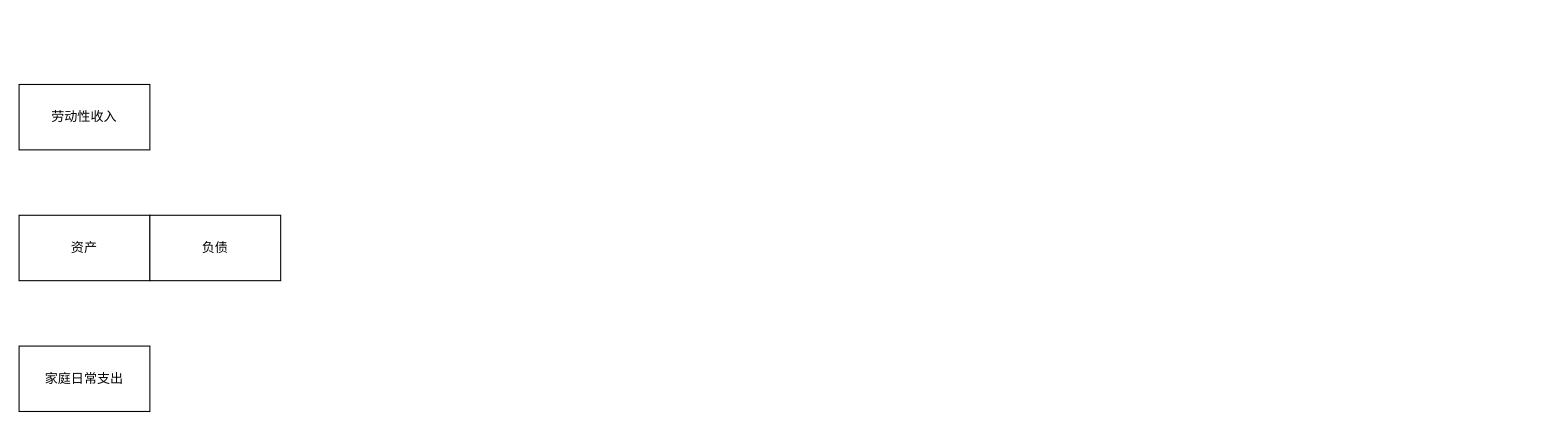
WangHang96/draw-graph keeps this draw.io diagram as personal/投资.drawio. Above is the earlier version. Source tidied: cells renumbered, new cells numbered last; positions are measured from the earlier drawing's top-left corner, leaving out a move shared by most shapes. Both pictures are drawn from the tidied source at 109%, with x=0, y=0 at pixel (19, 84).
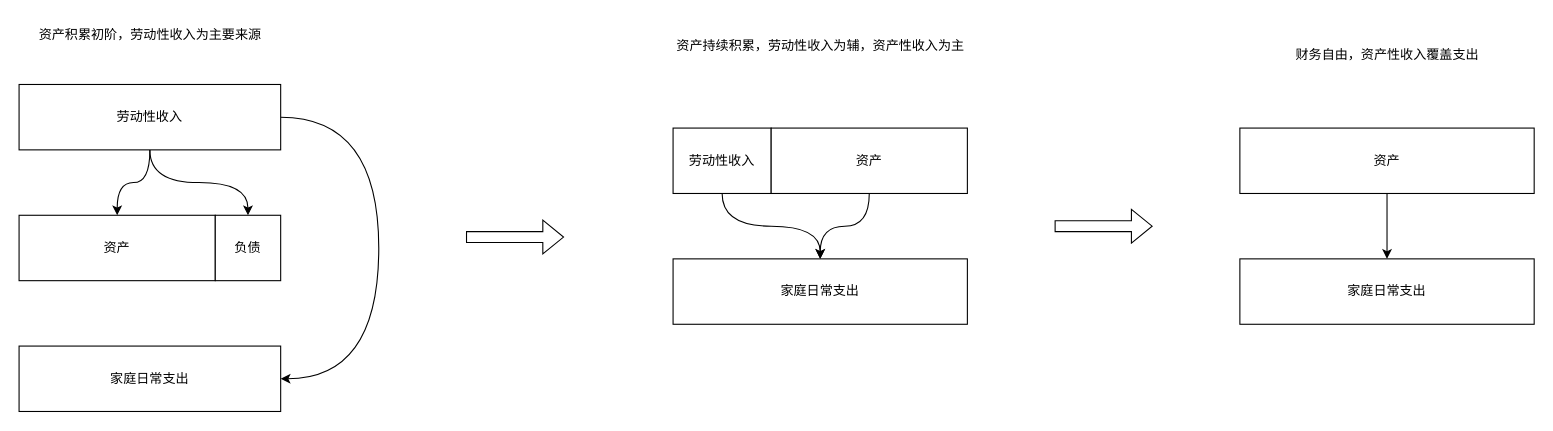
Above is the later version.

The edit, as a diff of the source:
```diff
@@
+    <mxCell id="6" style="edgeStyle=orthogonalEdgeStyle;curved=1;rounded=0;jettySize=auto;html=1;" parent="1" edge="1" source="2" target="3">
+      <mxGeometry relative="1" as="geometry" />
+    </mxCell>
+    <mxCell id="7" style="edgeStyle=orthogonalEdgeStyle;curved=1;rounded=0;jettySize=auto;html=1;" parent="1" edge="1" source="2" target="4">
+      <mxGeometry relative="1" as="geometry" />
+    </mxCell>
+    <mxCell id="8" style="edgeStyle=orthogonalEdgeStyle;curved=1;rounded=0;jettySize=auto;html=1;entryX=1;entryY=0.5;entryDx=0;entryDy=0;" parent="1" edge="1" source="2" target="5">
+      <mxGeometry relative="1" as="geometry">
+        <Array as="points">
+          <mxPoint x="330" y="30" />
+          <mxPoint x="330" y="270" />
+        </Array>
+      </mxGeometry>
+    </mxCell>
     <mxCell id="2" value="劳动性收入" style="whiteSpace=wrap;html=1;" parent="1" vertex="1">
-      <mxGeometry width="120" height="60" as="geometry" />
+      <mxGeometry width="240" height="60" as="geometry" />
     </mxCell>
     <mxCell id="3" value="资产" style="whiteSpace=wrap;html=1;" parent="1" vertex="1">
-      <mxGeometry y="120" width="120" height="60" as="geometry" />
+      <mxGeometry y="120" width="180" height="60" as="geometry" />
     </mxCell>
     <mxCell id="4" value="负债" style="whiteSpace=wrap;html=1;" parent="1" vertex="1">
-      <mxGeometry x="120" y="120" width="120" height="60" as="geometry" />
+      <mxGeometry x="180" y="120" width="60" height="60" as="geometry" />
     </mxCell>
     <mxCell id="5" value="家庭日常支出" style="whiteSpace=wrap;html=1;" parent="1" vertex="1">
-      <mxGeometry y="240" width="120" height="60" as="geometry" />
+      <mxGeometry y="240" width="240" height="60" as="geometry" />
     </mxCell>
+    <mxCell id="9" style="edgeStyle=orthogonalEdgeStyle;curved=1;rounded=0;jettySize=auto;html=1;" parent="1" edge="1" source="10" target="13">
+      <mxGeometry relative="1" as="geometry" />
+    </mxCell>
+    <mxCell id="10" value="劳动性收入" style="whiteSpace=wrap;html=1;" parent="1" vertex="1">
+      <mxGeometry x="600" y="40" width="90" height="60" as="geometry" />
+    </mxCell>
+    <mxCell id="11" style="edgeStyle=orthogonalEdgeStyle;curved=1;rounded=0;jettySize=auto;html=1;entryX=0.5;entryY=0;entryDx=0;entryDy=0;" parent="1" edge="1" source="12" target="13">
+      <mxGeometry relative="1" as="geometry" />
+    </mxCell>
+    <mxCell id="12" value="资产" style="whiteSpace=wrap;html=1;" parent="1" vertex="1">
+      <mxGeometry x="690" y="40" width="180" height="60" as="geometry" />
+    </mxCell>
+    <mxCell id="13" value="家庭日常支出" style="whiteSpace=wrap;html=1;" parent="1" vertex="1">
+      <mxGeometry x="600" y="160" width="270" height="60" as="geometry" />
+    </mxCell>
+    <mxCell id="14" style="shape=flexArrow;endArrow=classic;html=1;rounded=0;curved=1;" parent="1" edge="1">
+      <mxGeometry relative="1" as="geometry">
+        <mxPoint x="410" y="140" as="sourcePoint" />
+        <mxPoint x="500" y="140" as="targetPoint" />
+      </mxGeometry>
+    </mxCell>
+    <mxCell id="15" style="edgeStyle=orthogonalEdgeStyle;curved=1;rounded=0;jettySize=auto;html=1;entryX=0.5;entryY=0;entryDx=0;entryDy=0;" parent="1" edge="1" source="16" target="17">
+      <mxGeometry relative="1" as="geometry" />
+    </mxCell>
+    <mxCell id="16" value="资产" style="whiteSpace=wrap;html=1;" parent="1" vertex="1">
+      <mxGeometry x="1120" y="40" width="270" height="60" as="geometry" />
+    </mxCell>
+    <mxCell id="17" value="家庭日常支出" style="whiteSpace=wrap;html=1;" parent="1" vertex="1">
+      <mxGeometry x="1120" y="160" width="270" height="60" as="geometry" />
+    </mxCell>
+    <mxCell id="18" style="shape=flexArrow;endArrow=classic;html=1;rounded=0;curved=1;" parent="1" edge="1">
+      <mxGeometry relative="1" as="geometry">
+        <mxPoint x="950" y="130" as="sourcePoint" />
+        <mxPoint x="1040" y="130" as="targetPoint" />
+      </mxGeometry>
+    </mxCell>
+    <mxCell id="19" value="资产积累初阶，劳动性收入为主要来源" style="text;html=1;align=center;verticalAlign=middle;strokeColor=none;fillColor=none;" parent="1" vertex="1">
+      <mxGeometry x="5" y="-60" width="230" height="30" as="geometry" />
+    </mxCell>
+    <mxCell id="20" value="资产持续积累，劳动性收入为辅，资产性收入为主" style="text;html=1;align=center;verticalAlign=middle;strokeColor=none;fillColor=none;" parent="1" vertex="1">
+      <mxGeometry x="590" y="-50" width="290" height="30" as="geometry" />
+    </mxCell>
+    <mxCell id="21" value="财务自由，资产性收入覆盖支出" style="text;html=1;align=center;verticalAlign=middle;strokeColor=none;fillColor=none;" parent="1" vertex="1">
+      <mxGeometry x="1160" y="-42" width="190" height="30" as="geometry" />
+    </mxCell>
```
